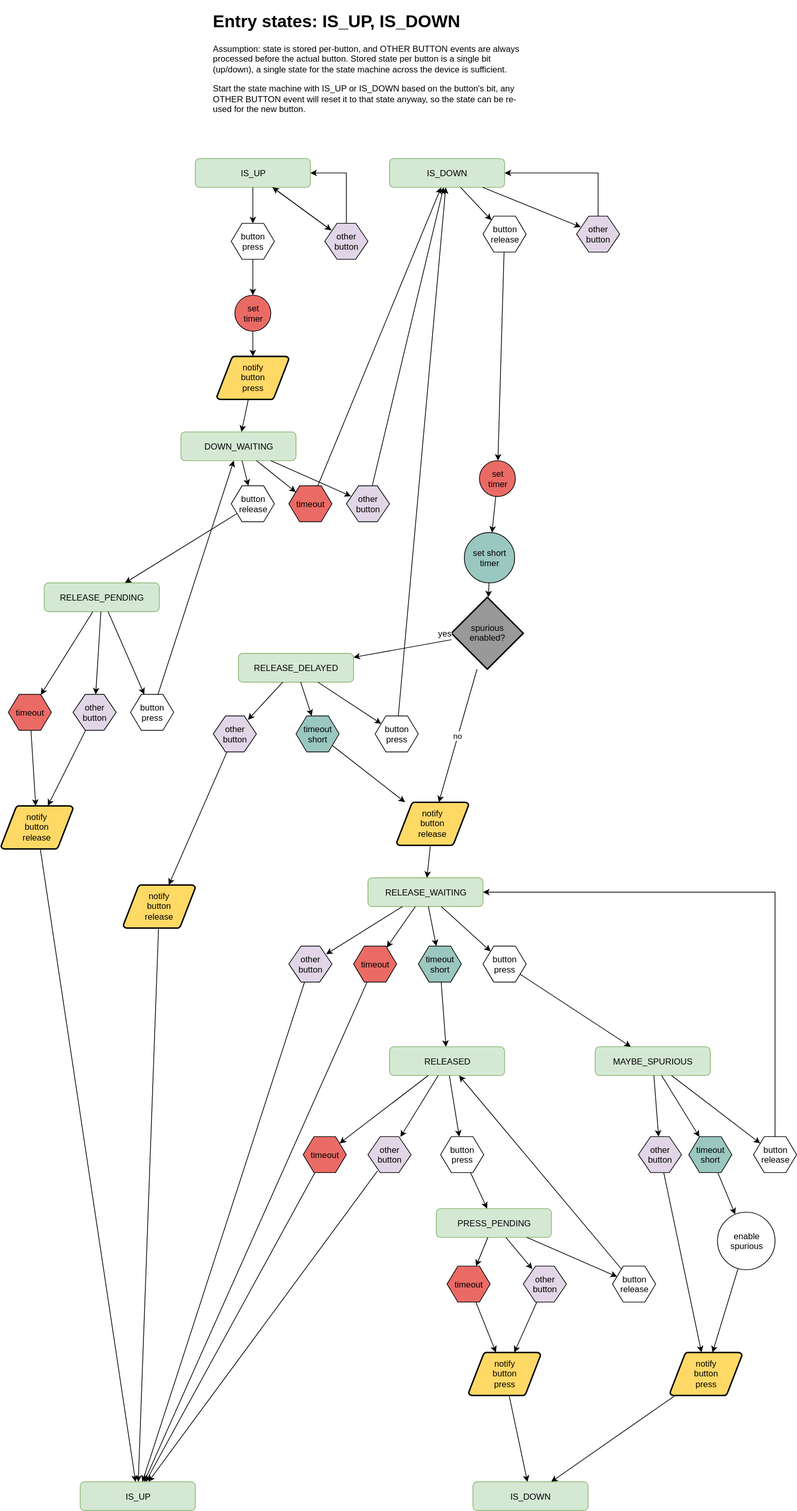
This is doc/button-debouncing-state-machine.svg from sizeofvoid/libopeninput, a draw.io export, as it was before one commit. Source tidied: cells renumbered, new cells last; positions are measured from the earlier drawing's top-left corner, leaving out a move shared by most shapes.
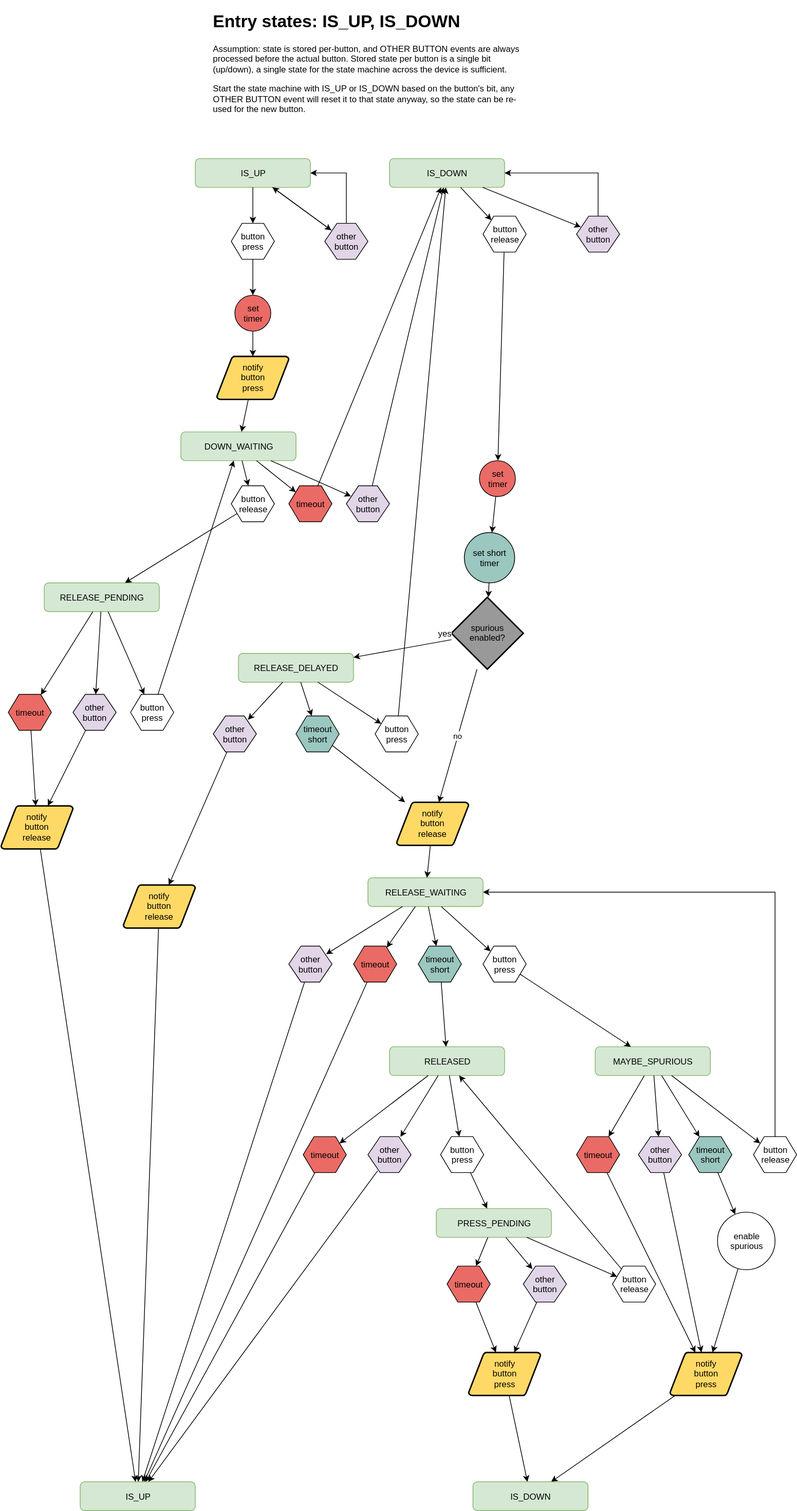
The same file after the commit.

Commit message:
debounce: handle a timeout in MAYBE_SPURIOUS state

Sequences to trigger:
- spurious debouncing is enabled
- release a button in IS_DOWN state -> RELEASE_DELAYED
- short timeout triggers RELEASE_WAITING

If a button press now comes before the long timeout expires, we transition to
MAYBE_SPURIOUS where the long timeout may expire. In that case we should
transition to pressed state again.

Reported-by: Vicente Bergas <vicencb@gmail.com>

What changed in the source:
```diff
@@ -89,6 +89,9 @@
     <mxCell id="30" style="edgeStyle=none;rounded=0;html=1;jettySize=auto;" parent="1" edge="1" source="24" target="18">
       <mxGeometry relative="1" as="geometry" />
     </mxCell>
+    <mxCell id="117" style="edgeStyle=none;rounded=0;html=1;jettySize=auto;" parent="1" edge="1" source="31" target="119">
+      <mxGeometry relative="1" as="geometry" />
+    </mxCell>
     <mxCell id="31" value="MAYBE_SPURIOUS" style="rounded=1;whiteSpace=wrap;html=1;fillColor=#d5e8d4;strokeColor=#82b366;" parent="1" vertex="1">
       <mxGeometry x="826" y="1445" width="160" height="40" as="geometry" />
     </mxCell>
@@ -361,5 +364,11 @@
     <mxCell id="116" value="IS_DOWN" style="rounded=1;whiteSpace=wrap;html=1;fillColor=#d5e8d4;strokeColor=#82b366;" parent="1" vertex="1">
       <mxGeometry x="656" y="2050" width="160" height="40" as="geometry" />
     </mxCell>
+    <mxCell id="118" style="edgeStyle=none;rounded=0;html=1;jettySize=auto;" parent="1" edge="1" source="119" target="97">
+      <mxGeometry relative="1" as="geometry" />
+    </mxCell>
+    <mxCell id="119" value="timeout" style="shape=hexagon;html=1;whiteSpace=wrap;perimeter=hexagonPerimeter;fillColor=#EA6B66;" parent="1" vertex="1">
+      <mxGeometry x="800" y="1570" width="60" height="50" as="geometry" />
+    </mxCell>
   </root>
 </mxGraphModel>
```
